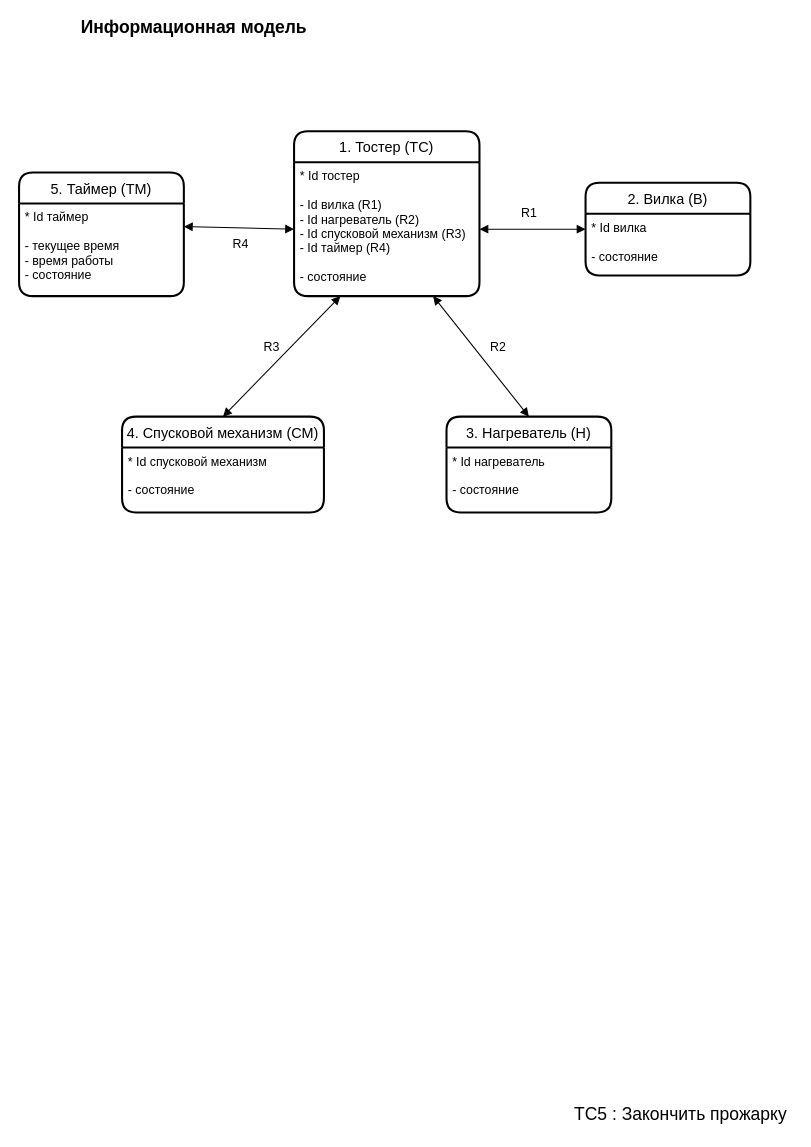
Above: page "ДСС" (1 of 5) of lab_05/Тостер.drawio in xanderkov/ics7-OOP (draw.io), before the change. Source tidied: cells renumbered, new cells numbered last; positions are measured from the earlier drawing's top-left corner, leaving out a move shared by most shapes. Both pictures are drawn from the tidied source at 103%, with x=0, y=0 at pixel (19, 18).
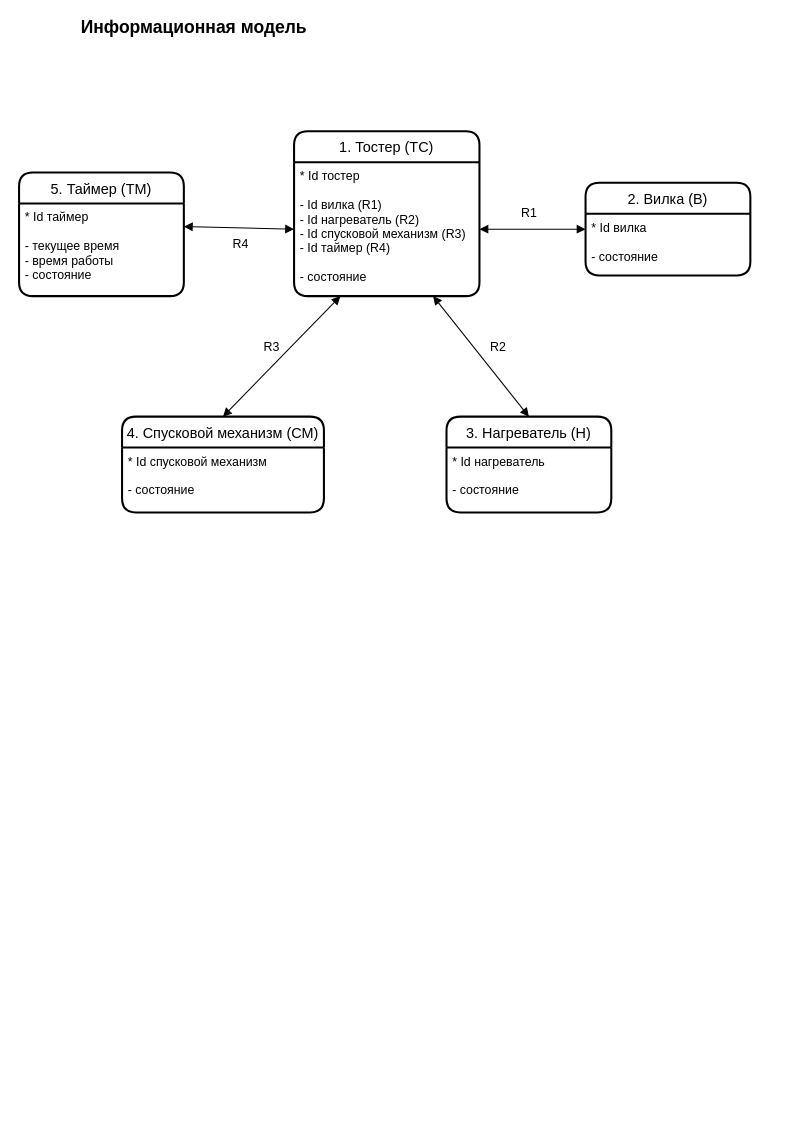
After the change.

The edit, as a diff of the source:
```diff
@@
-    <mxCell id="21" value="ТС5 : Закончить прожарку" style="text;html=1;align=center;verticalAlign=middle;fontSize=17;" parent="1" vertex="1">
-      <mxGeometry x="532" y="1050" width="220" height="30" as="geometry" />
-    </mxCell>
```
